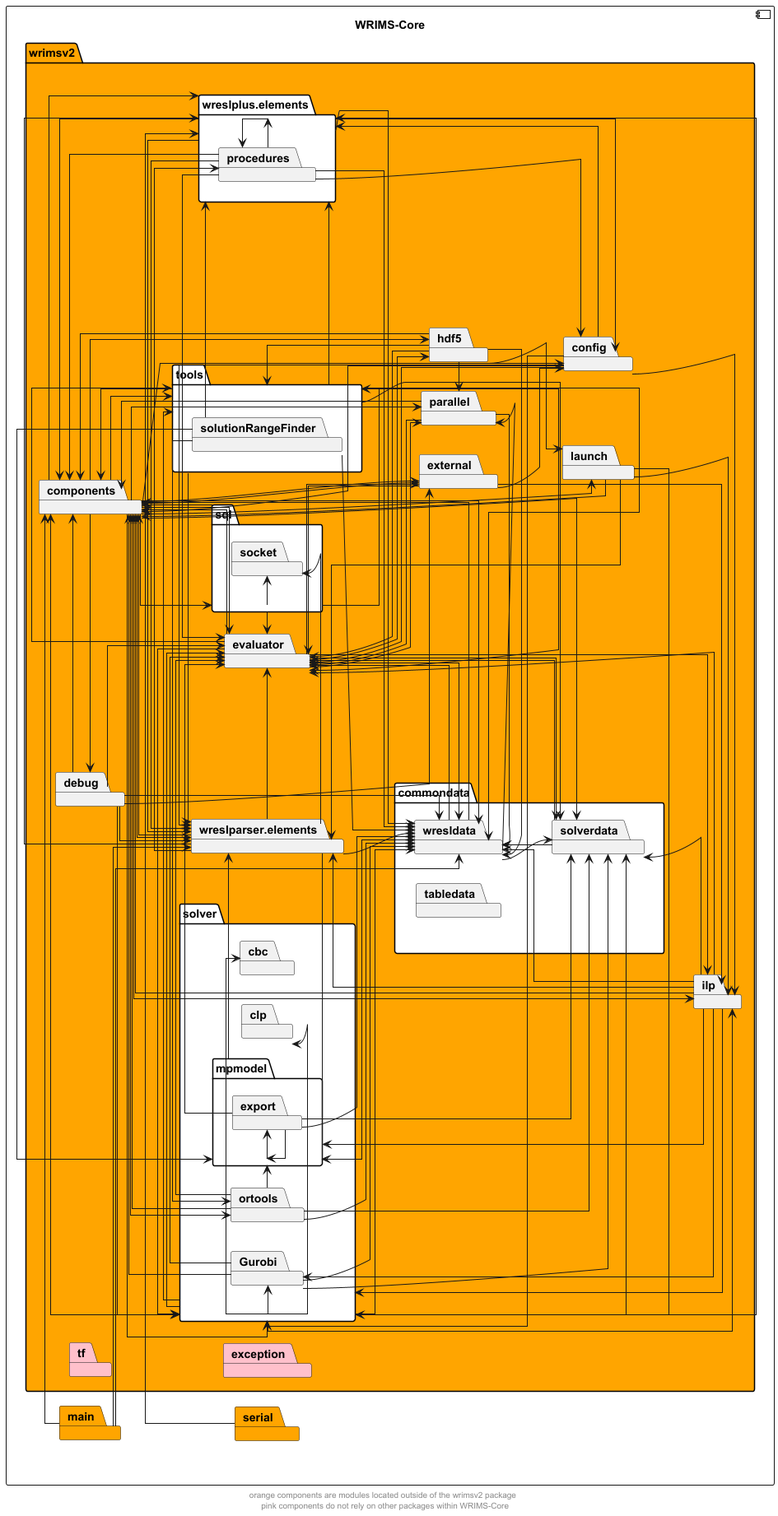
The PlantUML diagram docs/diagrams/wrims-core/wrims-core-interdeps.png in CentralValleyModeling/wrims, before a commit.
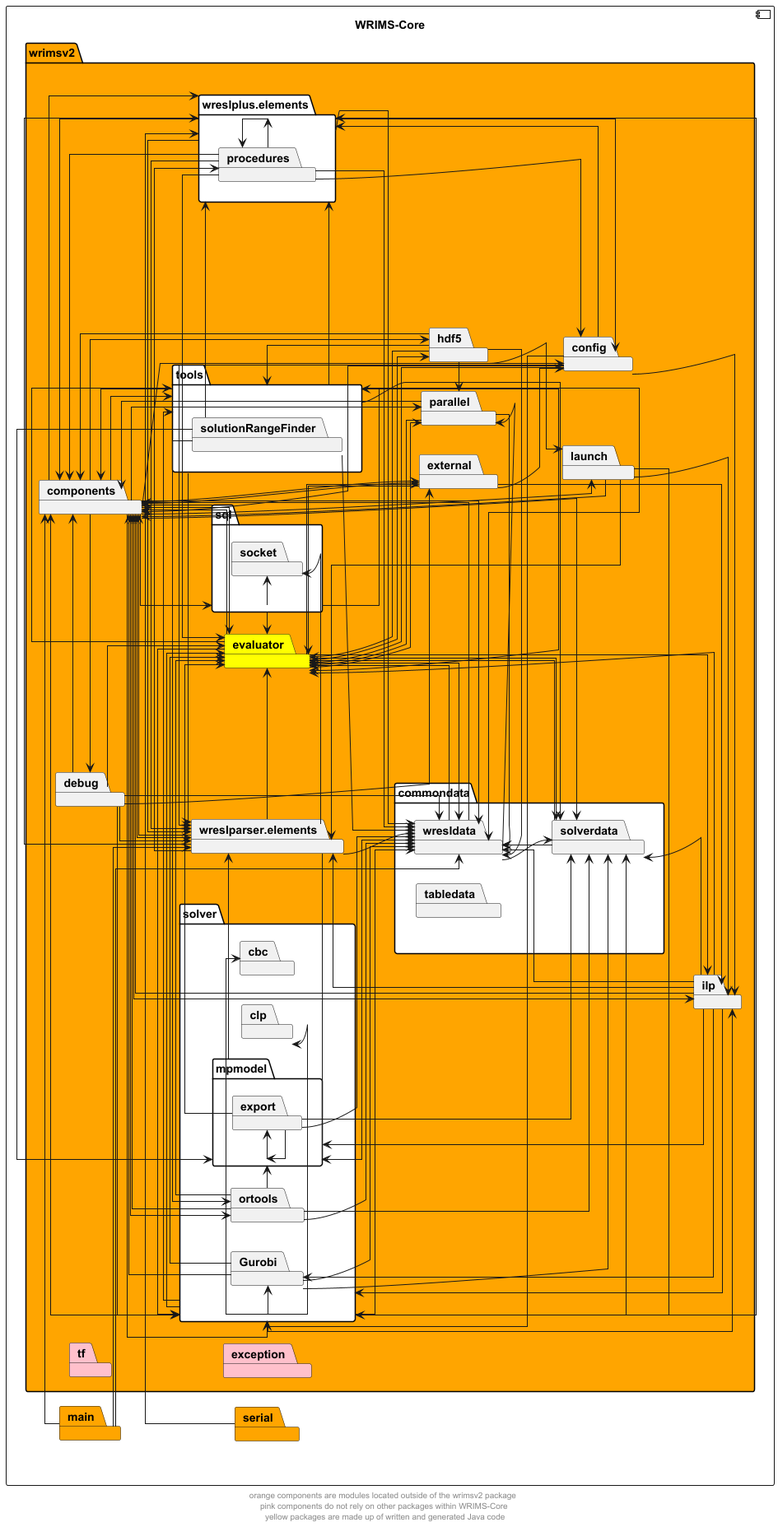
After the commit.

The edit, as a diff of the source:
```diff
@@ -14,7 +14,7 @@
         package components
         package config
         package debug
-        package evaluator
+        package evaluator #yellow
         package exception #pink
         package external
         package hdf5
@@ -202,6 +202,6 @@
 solver -d[hidden]-> commondata
 tf -d[hidden]-> exception
 
-footer "orange components are modules located outside of the wrimsv2 package \n pink components do not rely on other packages within WRIMS-Core"
+footer "orange components are modules located outside of the wrimsv2 package \n pink components do not rely on other packages within WRIMS-Core \n yellow packages are made up of written and generated Java code"
 
 @enduml
```
